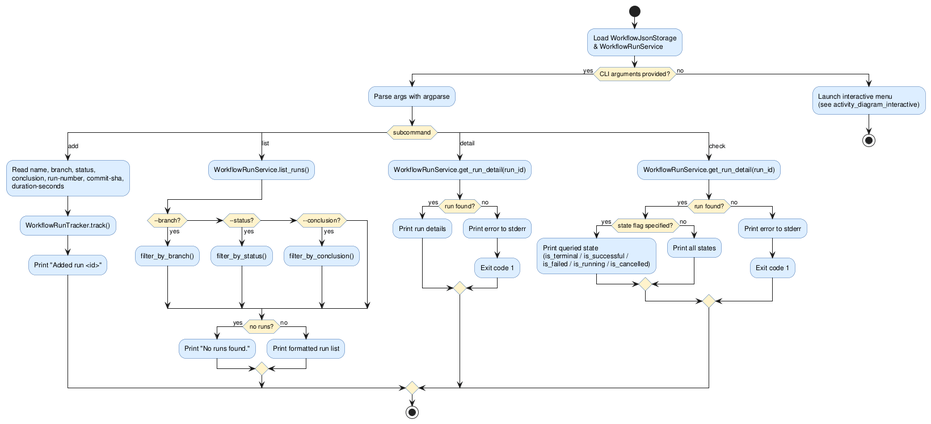
Earlier version of the PlantUML export experiments/pipeline/user_stories/github-workflow-manager/artifacts/activity_diagram_main.png (DanielRiha8906/Software_autoevolution_using_agents).
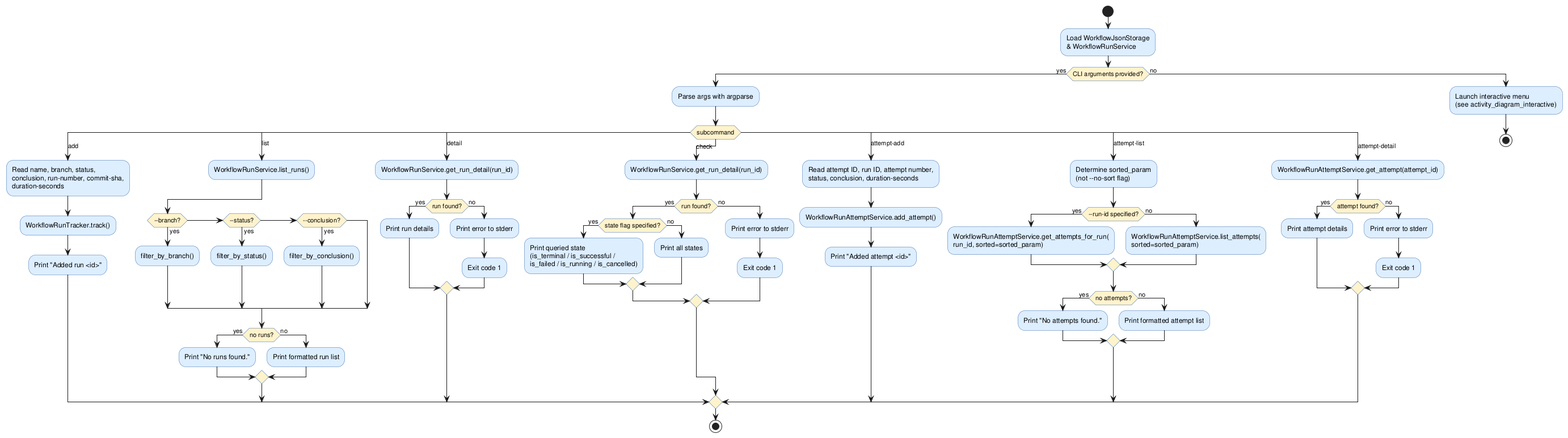
The same file after the commit.

Change to the diagram source:
```diff
@@ -54,6 +54,33 @@
         :Exit code 1;
       endif
 
+    case (attempt-add)
+      :Read attempt ID, run ID, attempt number,\nstatus, conclusion, duration-seconds;
+      :WorkflowRunAttemptService.add_attempt();
+      :Print "Added attempt <id>";
+
+    case (attempt-list)
+      :Determine sorted_param\n(not --no-sort flag);
+      if (--run-id specified?) then (yes)
+        :WorkflowRunAttemptService.get_attempts_for_run(\nrun_id, sorted=sorted_param);
+      else (no)
+        :WorkflowRunAttemptService.list_attempts(\nsorted=sorted_param);
+      endif
+      if (no attempts?) then (yes)
+        :Print "No attempts found.";
+      else (no)
+        :Print formatted attempt list;
+      endif
+
+    case (attempt-detail)
+      :WorkflowRunAttemptService.get_attempt(attempt_id);
+      if (attempt found?) then (yes)
+        :Print attempt details;
+      else (no)
+        :Print error to stderr;
+        :Exit code 1;
+      endif
+
   endswitch
   stop
 
```
